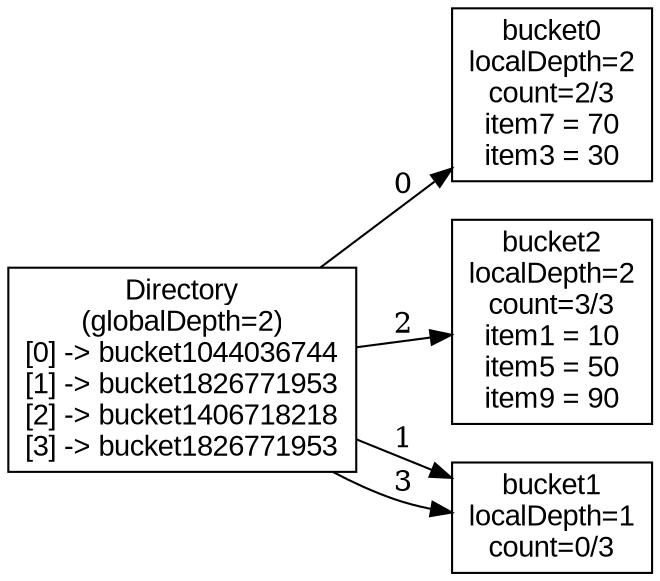
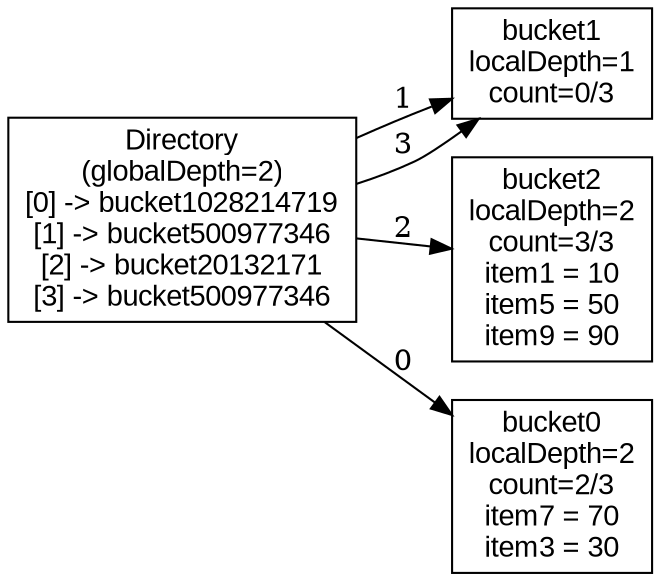
digraph "test5_full_after_removes" {
  rankdir=LR;
  node [shape=box, fontname=Arial];
-   dir [label="Directory\n(globalDepth=2)\n[0] -> bucket1044036744\n[1] -> bucket1826771953\n[2] -> bucket1406718218\n[3] -> bucket1826771953\n"];
+   dir [label="Directory\n(globalDepth=2)\n[0] -> bucket1028214719\n[1] -> bucket500977346\n[2] -> bucket20132171\n[3] -> bucket500977346\n"];
+   bucket1 [label="bucket1\nlocalDepth=1\ncount=0/3\n"];
+   bucket2 [label="bucket2\nlocalDepth=2\ncount=3/3\nitem1 = 10\nitem5 = 50\nitem9 = 90\n"];
  bucket0 [label="bucket0\nlocalDepth=2\ncount=2/3\nitem7 = 70\nitem3 = 30\n"];
-   bucket2 [label="bucket2\nlocalDepth=2\ncount=3/3\nitem1 = 10\nitem5 = 50\nitem9 = 90\n"];
-   bucket1 [label="bucket1\nlocalDepth=1\ncount=0/3\n"];
  dir -> bucket0 [label="0"];
  dir -> bucket1 [label="1"];
  dir -> bucket2 [label="2"];
  dir -> bucket1 [label="3"];
}
